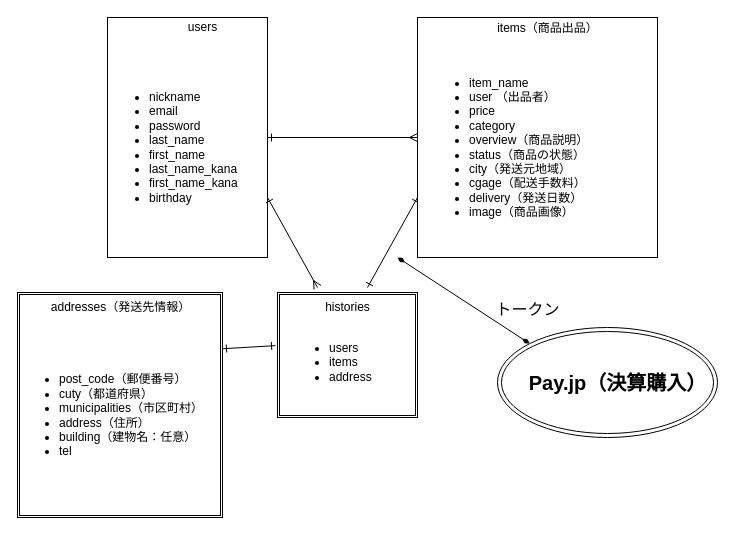
This is furima_ER.dio from MotoSaku/furima-36662, a draw.io file, before an edit. Source tidied: cells renumbered, new cells numbered last; positions are measured from the earlier drawing's top-left corner, leaving out a move shared by most shapes. Both pictures are drawn from the tidied source at 100%, with x=0, y=0 at pixel (17, 17).
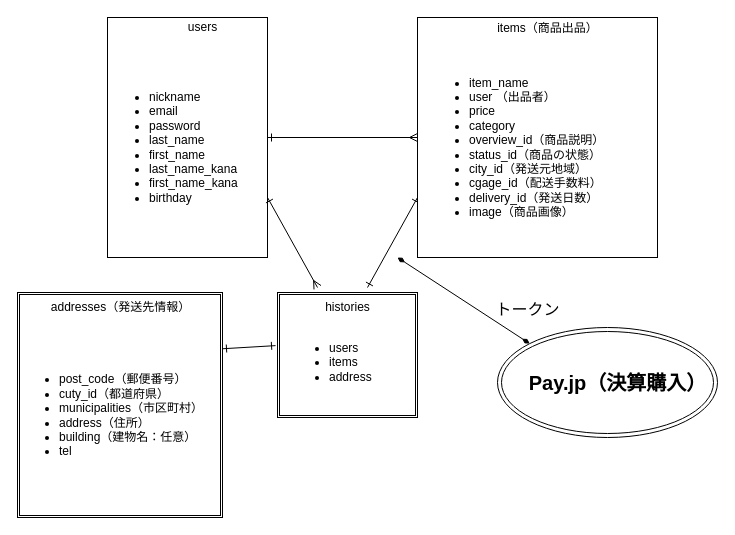
The same diagram, later.

Commit message:
ER図のカラム名を修正

What changed in the source:
```diff
@@
-    <mxCell id="8" value="&lt;ul&gt;&lt;li&gt;item_name&lt;/li&gt;&lt;li&gt;user （出品者）&lt;/li&gt;&lt;li&gt;price&lt;/li&gt;&lt;li&gt;category&lt;/li&gt;&lt;li&gt;overview（商品説明）&lt;/li&gt;&lt;li&gt;status（商品の状態）&lt;/li&gt;&lt;li&gt;city（発送元地域）&lt;/li&gt;&lt;li&gt;cgage（配送手数料）&lt;/li&gt;&lt;li&gt;delivery（発送日数）&lt;/li&gt;&lt;li&gt;image（商品画像）&lt;/li&gt;&lt;/ul&gt;" style="text;strokeColor=none;fillColor=none;html=1;whiteSpace=wrap;verticalAlign=middle;overflow=hidden;" parent="1" vertex="1">
+    <mxCell id="8" value="&lt;ul&gt;&lt;li&gt;item_name&lt;/li&gt;&lt;li&gt;user （出品者）&lt;/li&gt;&lt;li&gt;price&lt;/li&gt;&lt;li&gt;category&lt;/li&gt;&lt;li&gt;overview_id（商品説明）&lt;/li&gt;&lt;li&gt;status_id（商品の状態）&lt;/li&gt;&lt;li&gt;city_id（発送元地域）&lt;/li&gt;&lt;li&gt;cgage_id（配送手数料）&lt;/li&gt;&lt;li&gt;delivery_id（発送日数）&lt;/li&gt;&lt;li&gt;image（商品画像）&lt;/li&gt;&lt;/ul&gt;" style="text;strokeColor=none;fillColor=none;html=1;whiteSpace=wrap;verticalAlign=middle;overflow=hidden;" parent="1" vertex="1">
       <mxGeometry x="410" y="20" width="220" height="220" as="geometry" />
     </mxCell>
@@
-    <mxCell id="17" value="&lt;ul&gt;&lt;li&gt;post_code（郵便番号）&lt;/li&gt;&lt;li&gt;cuty（都道府県）&lt;/li&gt;&lt;li&gt;municipalities（市区町村）&lt;/li&gt;&lt;li&gt;address（住所）&lt;/li&gt;&lt;li&gt;building（建物名：任意）&lt;/li&gt;&lt;li&gt;tel&lt;/li&gt;&lt;/ul&gt;" style="text;strokeColor=none;fillColor=none;html=1;whiteSpace=wrap;verticalAlign=middle;overflow=hidden;" parent="1" vertex="1">
+    <mxCell id="17" value="&lt;ul&gt;&lt;li&gt;post_code（郵便番号）&lt;/li&gt;&lt;li&gt;cuty_id（都道府県）&lt;/li&gt;&lt;li&gt;municipalities（市区町村）&lt;/li&gt;&lt;li&gt;address（住所）&lt;/li&gt;&lt;li&gt;building（建物名：任意）&lt;/li&gt;&lt;li&gt;tel&lt;/li&gt;&lt;/ul&gt;" style="text;strokeColor=none;fillColor=none;html=1;whiteSpace=wrap;verticalAlign=middle;overflow=hidden;" parent="1" vertex="1">
       <mxGeometry y="305" width="190" height="185" as="geometry" />
     </mxCell>
```
